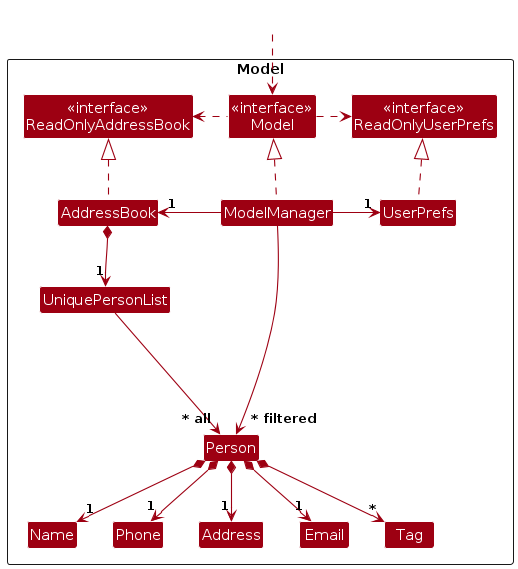
Earlier version of the PlantUML export diagrams/ModelClassDiagram.png (AY2324S2-CS2103T-W08-3/tp). Its source is kept beside it as diagrams/ModelClassDiagram.puml. Its diagram source:
```plantuml
@startuml
!include style.puml
skinparam arrowThickness 1.1
skinparam arrowColor MODEL_COLOR
skinparam classBackgroundColor MODEL_COLOR

Package Model as ModelPackage <<Rectangle>>{
Class "<<interface>>\nReadOnlyAddressBook" as ReadOnlyAddressBook
Class "<<interface>>\nReadOnlyUserPrefs" as ReadOnlyUserPrefs
Class "<<interface>>\nModel" as Model
Class AddressBook
Class ModelManager
Class UserPrefs

Class UniquePersonList
Class Person
Class Address
Class Email
Class Name
Class Phone
Class Tag

Class I #FFFFFF
}

Class HiddenOutside #FFFFFF
HiddenOutside ..> Model

AddressBook .up.|> ReadOnlyAddressBook

ModelManager .up.|> Model
Model .right.> ReadOnlyUserPrefs
Model .left.> ReadOnlyAddressBook
ModelManager -left-> "1" AddressBook
ModelManager -right-> "1" UserPrefs
UserPrefs .up.|> ReadOnlyUserPrefs

AddressBook *--> "1" UniquePersonList
UniquePersonList --> "~* all" Person
Person *--> "1" Name
Person *--> "1" Phone
Person *--> "1" Email
Person *--> "1" Address
Person *--> "*" Tag

Person -[hidden]up--> I
UniquePersonList -[hidden]right-> I

Name -[hidden]right-> Phone
Phone -[hidden]right-> Address
Address -[hidden]right-> Email

ModelManager --> "~* filtered" Person
@enduml
```
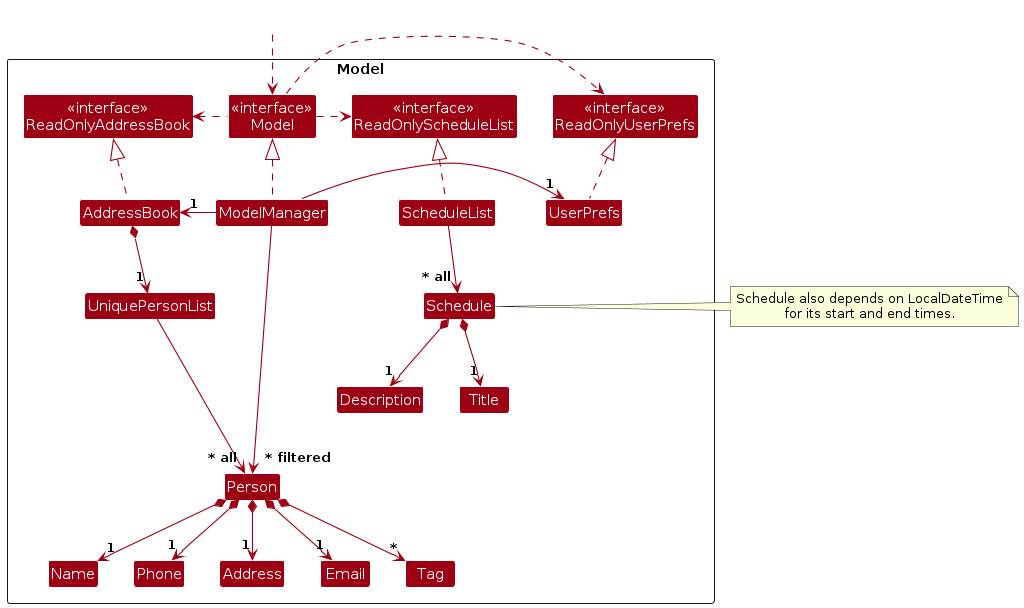
Later version of the same file.

Change to the diagram source:
```diff
@@ -8,7 +8,10 @@
 Class "<<interface>>\nReadOnlyAddressBook" as ReadOnlyAddressBook
 Class "<<interface>>\nReadOnlyUserPrefs" as ReadOnlyUserPrefs
 Class "<<interface>>\nModel" as Model
+Class "<<interface>>\nReadOnlyScheduleList" as ReadOnlyScheduleList
+
 Class AddressBook
+Class ScheduleList
 Class ModelManager
 Class UserPrefs
 
@@ -20,6 +23,10 @@
 Class Phone
 Class Tag
 
+Class Schedule
+Class Title
+Class Description
+
 Class I #FFFFFF
 }
 
@@ -27,10 +34,12 @@
 HiddenOutside ..> Model
 
 AddressBook .up.|> ReadOnlyAddressBook
+ScheduleList .up.|> ReadOnlyScheduleList
 
 ModelManager .up.|> Model
 Model .right.> ReadOnlyUserPrefs
 Model .left.> ReadOnlyAddressBook
+Model .right.> ReadOnlyScheduleList
 ModelManager -left-> "1" AddressBook
 ModelManager -right-> "1" UserPrefs
 UserPrefs .up.|> ReadOnlyUserPrefs
@@ -43,6 +52,12 @@
 Person *--> "1" Address
 Person *--> "*" Tag
 
+ScheduleList --> "~* all" Schedule
+Schedule *--> "1" Title
+Schedule *--> "1" Description
+
+note right of Schedule: Schedule also depends on LocalDateTime\nfor its start and end times.
+
 Person -[hidden]up--> I
 UniquePersonList -[hidden]right-> I
 
```
